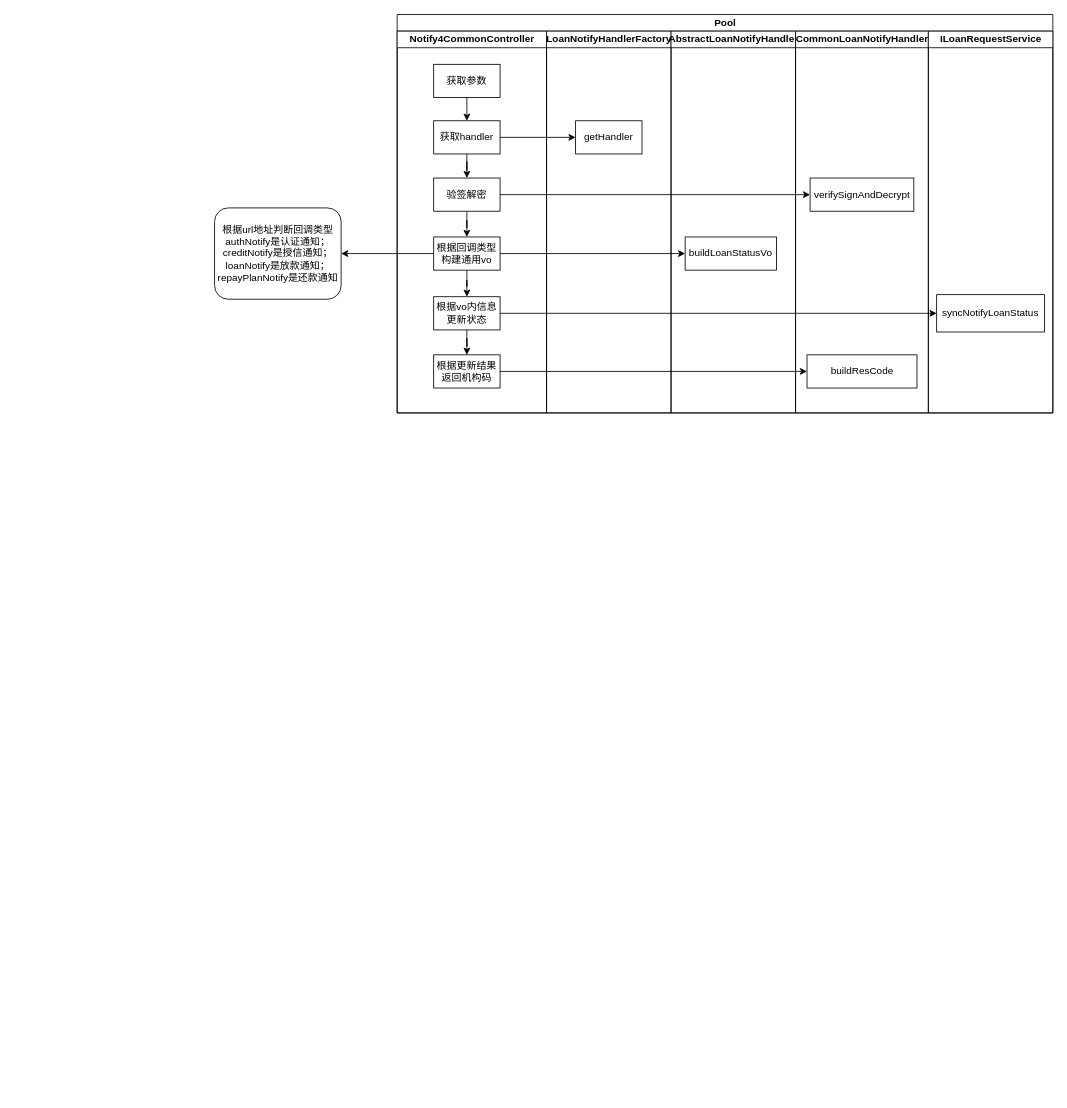
Earlier version of the draw.io diagram 未命名绘图.drawio (789489498/kafka-trunk). Source tidied: cells renumbered, new cells numbered last; positions are measured from the earlier drawing's top-left corner, leaving out a move shared by most shapes. Both pictures are drawn from the tidied source at 83%, with x=0, y=0 at pixel (214, 14).
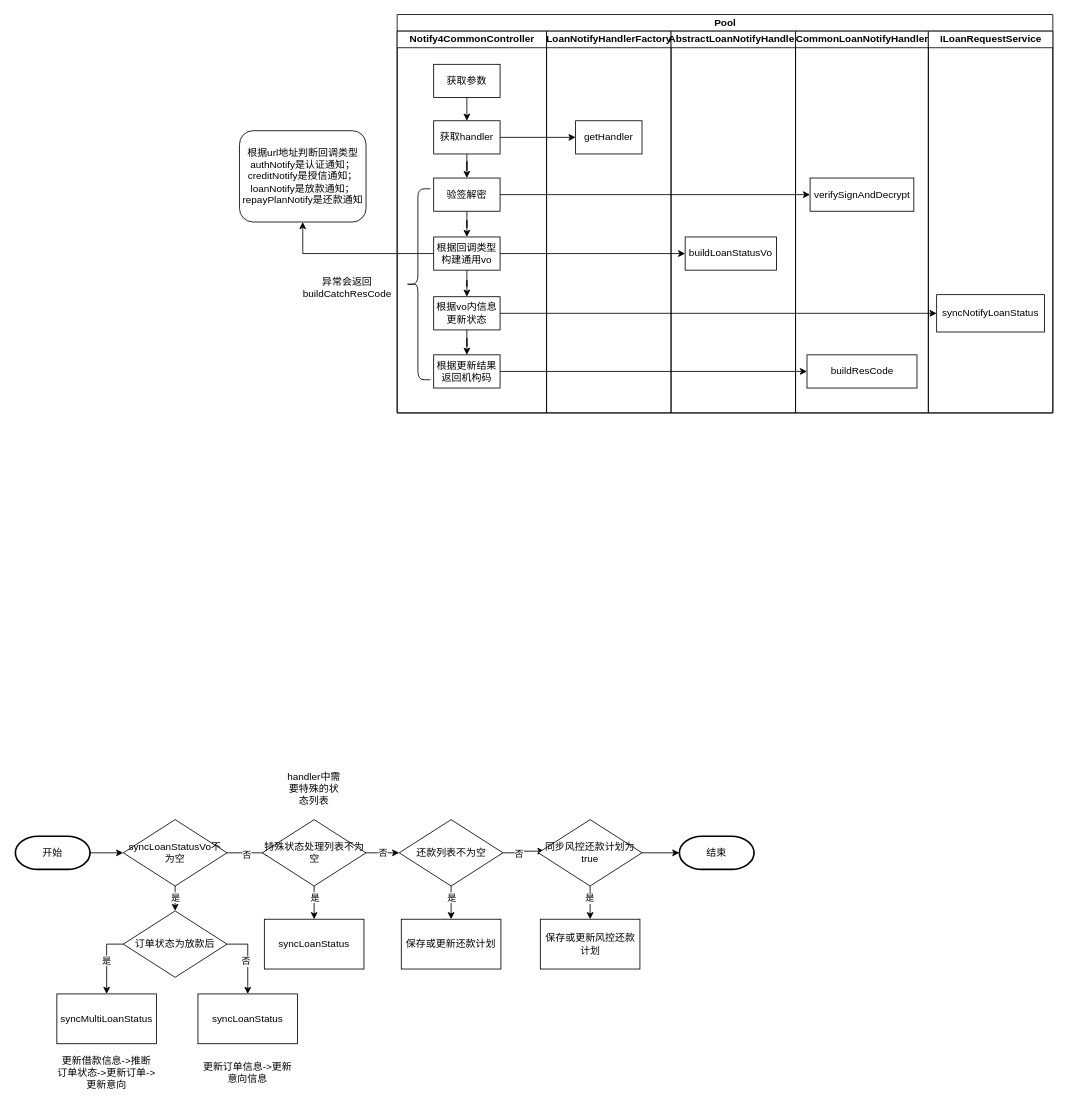
Above is the later version.

Commit message:
更新未命名绘图.drawio

The change refers to these unchanged cells:
```xml
<mxCell id="3" value="&lt;div&gt;Notify4CommonController&lt;/div&gt;" style="swimlane;startSize=20;html=1;" parent="2" vertex="1">
  <mxGeometry y="20" width="180" height="460" as="geometry" />
</mxCell>
<mxCell id="9" value="根据回调类型构建通用vo" style="rounded=0;whiteSpace=wrap;html=1;" parent="3" vertex="1">
  <mxGeometry x="44" y="248" width="80" height="40" as="geometry" />
</mxCell>
```

Diff of the diagram source:
```diff
@@
+    <mxCell id="31" style="shape=curlyBracket;whiteSpace=wrap;html=1;rounded=1;labelPosition=left;verticalLabelPosition=middle;align=right;verticalAlign=middle;" parent="3" vertex="1">
+      <mxGeometry x="10" y="190" width="30" height="230" as="geometry" />
+    </mxCell>
@@
     <mxCell id="29" value="根据url地址判断回调类型authNotify是认证通知；creditNotify是授信通知；loanNotify是放款通知；repayPlanNotify是还款通知" style="rounded=1;whiteSpace=wrap;html=1;" parent="1" vertex="1">
-      <mxGeometry y="233" width="152.5" height="110" as="geometry" />
+      <mxGeometry x="30" y="140" width="152.5" height="110" as="geometry" />
     </mxCell>
-    <mxCell id="30" style="edgeStyle=orthogonalEdgeStyle;rounded=0;jettySize=auto;html=1;exitX=0;exitY=0.5;exitDx=0;exitDy=0;" parent="1" edge="1" source="9" target="29">
+    <mxCell id="30" style="edgeStyle=orthogonalEdgeStyle;rounded=0;jettySize=auto;html=1;exitX=0;exitY=0.5;exitDx=0;exitDy=0;entryX=0.5;entryY=1;entryDx=0;entryDy=0;" parent="1" edge="1" source="9" target="29">
       <mxGeometry relative="1" as="geometry" />
     </mxCell>
+    <mxCell id="32" value="异常会返回buildCatchResCode" style="text;html=1;strokeColor=none;fillColor=none;align=center;verticalAlign=middle;whiteSpace=wrap;rounded=0;" parent="1" vertex="1">
+      <mxGeometry x="100" y="308" width="120" height="42" as="geometry" />
+    </mxCell>
+    <mxCell id="33" style="edgeStyle=orthogonalEdgeStyle;rounded=0;jettySize=auto;html=1;exitX=1;exitY=0.5;exitDx=0;exitDy=0;exitPerimeter=0;entryX=0;entryY=0.5;entryDx=0;entryDy=0;" parent="1" edge="1" source="34" target="39">
+      <mxGeometry relative="1" as="geometry" />
+    </mxCell>
+    <mxCell id="34" value="开始" style="strokeWidth=2;html=1;shape=mxgraph.flowchart.terminator;whiteSpace=wrap;" parent="1" vertex="1">
+      <mxGeometry x="-240" y="990" width="90" height="40" as="geometry" />
+    </mxCell>
+    <mxCell id="35" style="edgeStyle=orthogonalEdgeStyle;rounded=0;jettySize=auto;html=1;exitX=0.5;exitY=1;exitDx=0;exitDy=0;" parent="1" edge="1" source="39" target="43">
+      <mxGeometry relative="1" as="geometry" />
+    </mxCell>
+    <mxCell id="36" value="是" style="edgeLabel;html=1;align=center;verticalAlign=middle;" parent="35" vertex="1">
+      <mxGeometry x="0.32" relative="1" as="geometry" />
+    </mxCell>
+    <mxCell id="37" style="edgeStyle=orthogonalEdgeStyle;rounded=0;jettySize=auto;html=1;exitX=1;exitY=0.5;exitDx=0;exitDy=0;entryX=0.1;entryY=0.5;entryDx=0;entryDy=0;entryPerimeter=0;" parent="1" edge="1" source="39" target="49">
+      <mxGeometry relative="1" as="geometry" />
+    </mxCell>
+    <mxCell id="38" value="否" style="edgeLabel;html=1;align=center;verticalAlign=middle;" parent="37" vertex="1">
+      <mxGeometry x="-0.15" y="-2" relative="1" as="geometry" />
+    </mxCell>
+    <mxCell id="39" value="syncLoanStatusVo不为空" style="rhombus;whiteSpace=wrap;html=1;" parent="1" vertex="1">
+      <mxGeometry x="-110" y="970" width="125" height="80" as="geometry" />
+    </mxCell>
+    <mxCell id="40" value="是" style="edgeStyle=orthogonalEdgeStyle;rounded=0;jettySize=auto;html=1;exitX=0;exitY=0.5;exitDx=0;exitDy=0;" parent="1" edge="1" source="43" target="44">
+      <mxGeometry relative="1" as="geometry" />
+    </mxCell>
+    <mxCell id="41" style="edgeStyle=orthogonalEdgeStyle;rounded=0;jettySize=auto;html=1;exitX=1;exitY=0.5;exitDx=0;exitDy=0;entryX=0.5;entryY=0;entryDx=0;entryDy=0;" parent="1" edge="1" source="43" target="45">
+      <mxGeometry relative="1" as="geometry" />
+    </mxCell>
+    <mxCell id="42" value="否" style="edgeLabel;html=1;align=center;verticalAlign=middle;" parent="41" vertex="1">
+      <mxGeometry x="0.06" y="-3" relative="1" as="geometry" />
+    </mxCell>
+    <mxCell id="43" value="订单状态为放款后" style="rhombus;whiteSpace=wrap;html=1;" parent="1" vertex="1">
+      <mxGeometry x="-110" y="1080" width="125" height="80" as="geometry" />
+    </mxCell>
+    <mxCell id="44" value="syncMultiLoanStatus" style="rounded=0;whiteSpace=wrap;html=1;" parent="1" vertex="1">
+      <mxGeometry x="-190" y="1180" width="120" height="60" as="geometry" />
+    </mxCell>
+    <mxCell id="45" value="syncLoanStatus" style="rounded=0;whiteSpace=wrap;html=1;" parent="1" vertex="1">
+      <mxGeometry x="-20" y="1180" width="120" height="60" as="geometry" />
+    </mxCell>
+    <mxCell id="46" style="edgeStyle=orthogonalEdgeStyle;rounded=0;jettySize=auto;html=1;exitX=0.5;exitY=1;exitDx=0;exitDy=0;" parent="1" edge="1" source="49" target="51">
+      <mxGeometry relative="1" as="geometry" />
+    </mxCell>
+    <mxCell id="47" value="是" style="edgeLabel;html=1;align=center;verticalAlign=middle;" parent="46" vertex="1">
+      <mxGeometry x="-0.45" y="2" relative="1" as="geometry">
+        <mxPoint x="-2" y="2" as="offset" />
+      </mxGeometry>
+    </mxCell>
+    <mxCell id="48" value="否" style="edgeStyle=orthogonalEdgeStyle;rounded=0;jettySize=auto;html=1;exitX=1;exitY=0.5;exitDx=0;exitDy=0;" parent="1" edge="1" source="49" target="56">
+      <mxGeometry relative="1" as="geometry" />
+    </mxCell>
+    <mxCell id="49" value="特殊状态处理列表不为空" style="rhombus;whiteSpace=wrap;html=1;" parent="1" vertex="1">
+      <mxGeometry x="57.5" y="970" width="125" height="80" as="geometry" />
+    </mxCell>
+    <mxCell id="50" value="handler中需要特殊的状态列表" style="text;html=1;strokeColor=none;fillColor=none;align=center;verticalAlign=middle;whiteSpace=wrap;rounded=0;" parent="1" vertex="1">
+      <mxGeometry x="85" y="910" width="70" height="45" as="geometry" />
+    </mxCell>
+    <mxCell id="51" value="syncLoanStatus" style="rounded=0;whiteSpace=wrap;html=1;" parent="1" vertex="1">
+      <mxGeometry x="60" y="1090" width="120" height="60" as="geometry" />
+    </mxCell>
+    <mxCell id="52" style="edgeStyle=orthogonalEdgeStyle;rounded=0;jettySize=auto;html=1;exitX=0.5;exitY=1;exitDx=0;exitDy=0;" parent="1" edge="1" source="56" target="57">
+      <mxGeometry relative="1" as="geometry" />
+    </mxCell>
+    <mxCell id="53" value="是" style="edgeLabel;html=1;align=center;verticalAlign=middle;" parent="52" vertex="1">
+      <mxGeometry x="-0.35" y="-4" relative="1" as="geometry">
+        <mxPoint x="4" as="offset" />
+      </mxGeometry>
+    </mxCell>
+    <mxCell id="54" style="edgeStyle=orthogonalEdgeStyle;rounded=0;jettySize=auto;html=1;exitX=1;exitY=0.5;exitDx=0;exitDy=0;entryX=0.06;entryY=0.475;entryDx=0;entryDy=0;entryPerimeter=0;" parent="1" edge="1" source="56" target="61">
+      <mxGeometry relative="1" as="geometry" />
+    </mxCell>
+    <mxCell id="55" value="否" style="edgeLabel;html=1;align=center;verticalAlign=middle;" parent="54" vertex="1">
+      <mxGeometry x="-0.21" y="2" relative="1" as="geometry" />
+    </mxCell>
+    <mxCell id="56" value="还款列表不为空" style="rhombus;whiteSpace=wrap;html=1;" parent="1" vertex="1">
+      <mxGeometry x="222.5" y="970" width="125" height="80" as="geometry" />
+    </mxCell>
+    <mxCell id="57" value="保存或更新还款计划" style="rounded=0;whiteSpace=wrap;html=1;" parent="1" vertex="1">
+      <mxGeometry x="225" y="1090" width="120" height="60" as="geometry" />
+    </mxCell>
+    <mxCell id="58" style="edgeStyle=orthogonalEdgeStyle;rounded=0;jettySize=auto;html=1;exitX=1;exitY=0.5;exitDx=0;exitDy=0;" parent="1" edge="1" source="61" target="63">
+      <mxGeometry relative="1" as="geometry" />
+    </mxCell>
+    <mxCell id="59" style="edgeStyle=orthogonalEdgeStyle;rounded=0;jettySize=auto;html=1;exitX=0.5;exitY=1;exitDx=0;exitDy=0;" parent="1" edge="1" source="61" target="62">
+      <mxGeometry relative="1" as="geometry" />
+    </mxCell>
+    <mxCell id="60" value="是" style="edgeLabel;html=1;align=center;verticalAlign=middle;" parent="59" vertex="1">
+      <mxGeometry x="-0.3" y="-1" relative="1" as="geometry" />
+    </mxCell>
+    <mxCell id="61" value="同步风控还款计划为true" style="rhombus;whiteSpace=wrap;html=1;" parent="1" vertex="1">
+      <mxGeometry x="390" y="970" width="125" height="80" as="geometry" />
+    </mxCell>
+    <mxCell id="62" value="保存或更新风控还款计划" style="rounded=0;whiteSpace=wrap;html=1;" parent="1" vertex="1">
+      <mxGeometry x="392.5" y="1090" width="120" height="60" as="geometry" />
+    </mxCell>
+    <mxCell id="63" value="结束" style="strokeWidth=2;html=1;shape=mxgraph.flowchart.terminator;whiteSpace=wrap;" parent="1" vertex="1">
+      <mxGeometry x="560" y="990" width="90" height="40" as="geometry" />
+    </mxCell>
+    <mxCell id="64" value="更新借款信息-&amp;gt;推断订单状态-&amp;gt;更新订单-&amp;gt;更新意向" style="text;html=1;strokeColor=none;fillColor=none;align=center;verticalAlign=middle;whiteSpace=wrap;rounded=0;" parent="1" vertex="1">
+      <mxGeometry x="-190" y="1250" width="120" height="50" as="geometry" />
+    </mxCell>
+    <mxCell id="65" value="更新订单信息-&amp;gt;更新意向信息" style="text;html=1;strokeColor=none;fillColor=none;align=center;verticalAlign=middle;whiteSpace=wrap;rounded=0;" parent="1" vertex="1">
+      <mxGeometry x="-20" y="1250" width="120" height="50" as="geometry" />
+    </mxCell>
```
